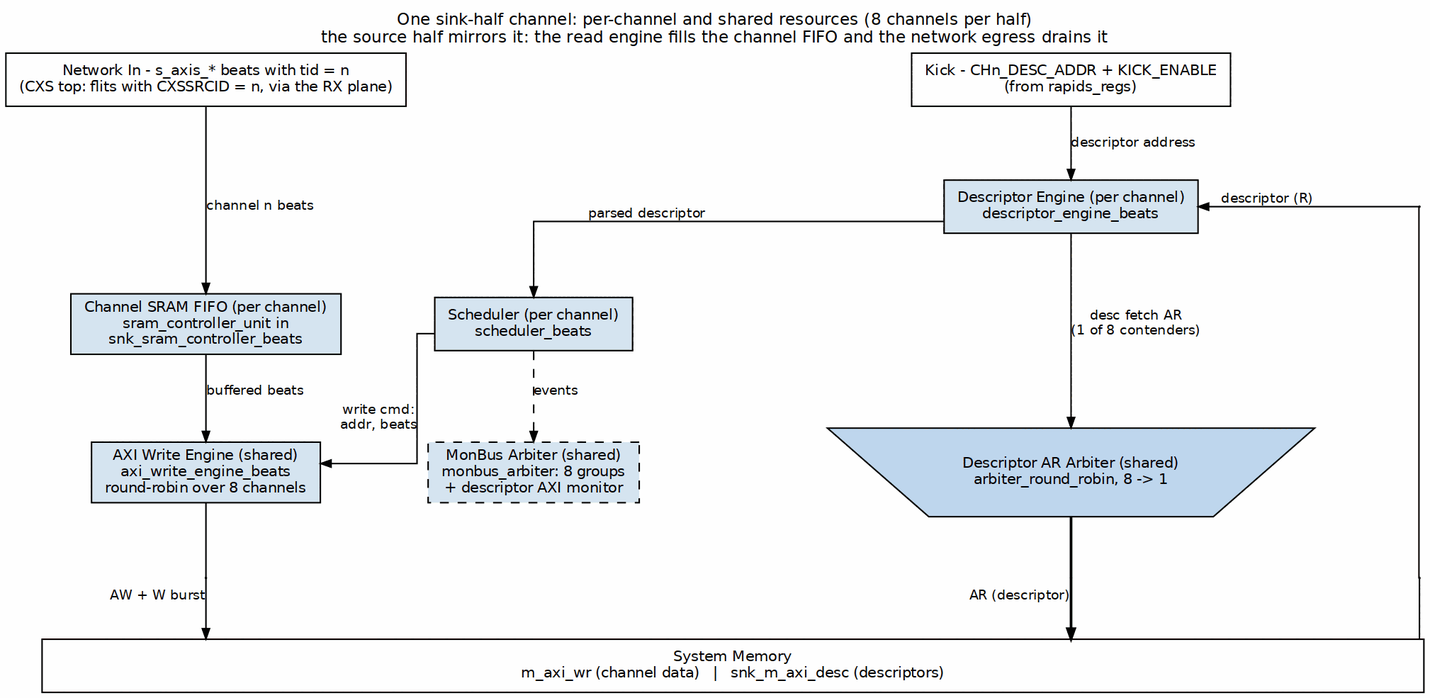
Above: projects/components/dma-ip/rapids/docs/rapids_beats_has/assets/graphviz/ch02_channel_resources.png in sean-galloway/RTLDesignSherpa (Graphviz), before the change. Its source is kept beside it as projects/components/dma-ip/rapids/docs/rapids_beats_has/assets/graphviz/ch02_channel_resources.dot.
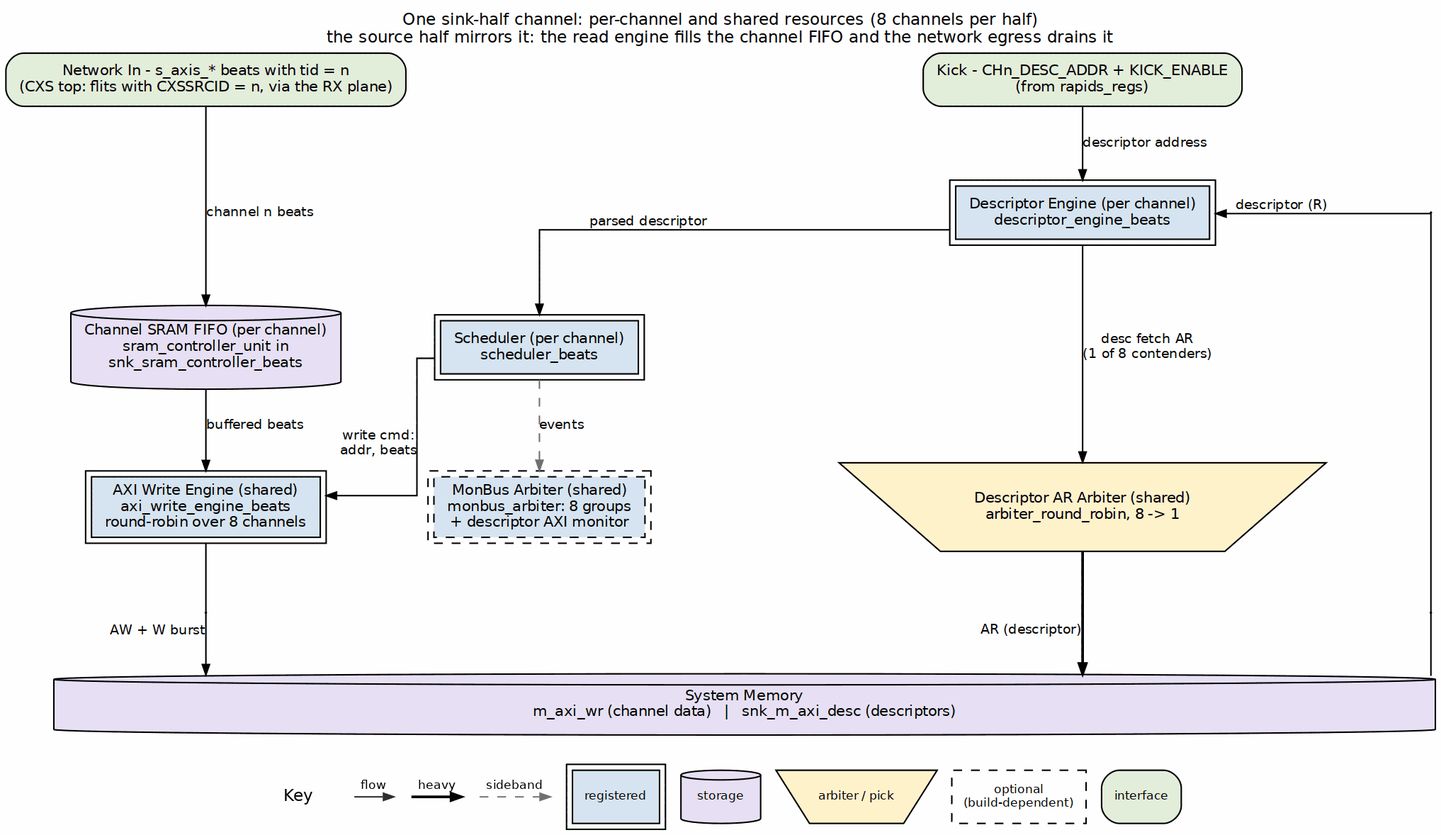
Above is the later version.

What changed in the source:
```diff
@@ -4,20 +4,20 @@
            label="One sink-half channel: per-channel and shared resources (8 channels per half)\nthe source half mirrors it: the read engine fills the channel FIFO and the network egress drains it",
            labelloc=t, labeljust=c];
     node  [fontname="Helvetica", fontsize=10, shape=box, style=filled,
-           fillcolor="#D6E4F0", color="black", margin="0.12,0.06"];
+           fillcolor="white", color="black", margin="0.12,0.06"];
     edge  [fontname="Helvetica", fontsize=9, color="black", arrowsize=0.7];
 
-    data_in [label="Network In - s_axis_* beats with tid = n\n(CXS top: flits with CXSSRCID = n, via the RX plane)", fillcolor="white", group=L];
-    kick    [label="Kick - CHn_DESC_ADDR + KICK_ENABLE\n(from rapids_regs)", fillcolor="white", group=C];
+    data_in [label="Network In - s_axis_* beats with tid = n\n(CXS top: flits with CXSSRCID = n, via the RX plane)", fillcolor="white", group=L, style="rounded,filled", fillcolor="#E2EFDA"];
+    kick    [label="Kick - CHn_DESC_ADDR + KICK_ENABLE\n(from rapids_regs)", fillcolor="white", group=C, style="rounded,filled", fillcolor="#E2EFDA"];
 
-    desc  [label="Descriptor Engine (per channel)\ndescriptor_engine_beats", group=C];
-    fifo  [label="Channel SRAM FIFO (per channel)\nsram_controller_unit in\nsnk_sram_controller_beats", group=L];
-    sched [label="Scheduler (per channel)\nscheduler_beats", group=M];
-    eng   [label="AXI Write Engine (shared)\naxi_write_engine_beats\nround-robin over 8 channels", group=L];
-    mon   [label="MonBus Arbiter (shared)\nmonbus_arbiter: 8 groups\n+ descriptor AXI monitor", style="filled,dashed", group=M];
-    darb  [label="Descriptor AR Arbiter (shared)\narbiter_round_robin, 8 -> 1", shape=invtrapezium, width=3.4, fillcolor="#BFD7EE", group=C];
+    desc  [label="Descriptor Engine (per channel)\ndescriptor_engine_beats", group=C, peripheries=2, style="filled", fillcolor="#D6E4F0"];
+    fifo  [label="Channel SRAM FIFO (per channel)\nsram_controller_unit in\nsnk_sram_controller_beats", group=L, shape=cylinder, style="filled", fillcolor="#E8DFF5"];
+    sched [label="Scheduler (per channel)\nscheduler_beats", group=M, peripheries=2, style="filled", fillcolor="#D6E4F0"];
+    eng   [label="AXI Write Engine (shared)\naxi_write_engine_beats\nround-robin over 8 channels", group=L, peripheries=2, style="filled", fillcolor="#D6E4F0"];
+    mon   [label="MonBus Arbiter (shared)\nmonbus_arbiter: 8 groups\n+ descriptor AXI monitor", style="filled,dashed", group=M, peripheries=2, style="filled,dashed", fillcolor="#D6E4F0"];
+    darb  [label="Descriptor AR Arbiter (shared)\narbiter_round_robin, 8 -> 1", shape=invtrapezium, width=3.4, fillcolor="#BFD7EE", group=C, style="filled", fillcolor="#FFF2CC"];
 
-    mem [label="System Memory\nm_axi_wr (channel data)   |   snk_m_axi_desc (descriptors)", fillcolor="white", width=13.0, group=S];
+    mem [label="System Memory\nm_axi_wr (channel data)   |   snk_m_axi_desc (descriptors)", fillcolor="white", width=13.0, group=S, shape=cylinder, style="filled", fillcolor="#E8DFF5"];
 
     data_in -> fifo  [label="channel n beats"];
     kick    -> desc  [label="descriptor address"];
@@ -25,7 +25,7 @@
     desc    -> sched [xlabel="parsed descriptor"];
     sched   -> eng   [xlabel="write cmd:\naddr, beats"];
     fifo    -> eng   [label="buffered beats"];
-    sched   -> mon   [style=dashed, label="events"];
+    sched   -> mon   [style=dashed, color="#777777", label="events"];
 
     p_e  [shape=point, width=0.01, group=L];
     p_d  [shape=point, width=0.01, group=C];
```
